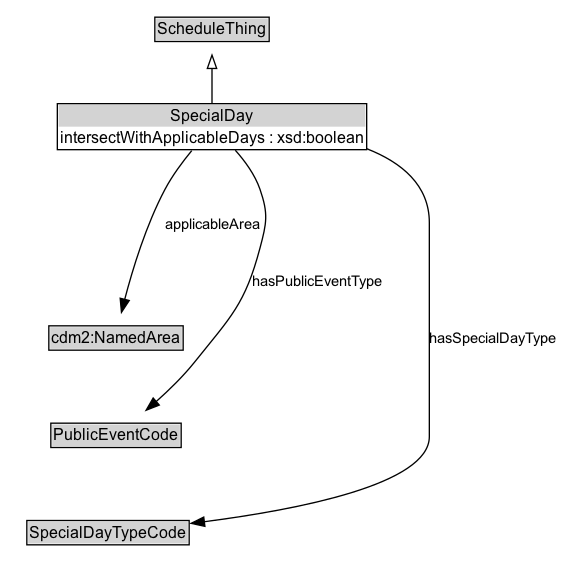
The Graphviz diagram docs/diagrams/SpecialDay.dot.png in k-vaughn/ontology-its-time, before a commit. Its source is kept beside it as docs/diagrams/SpecialDay.dot.
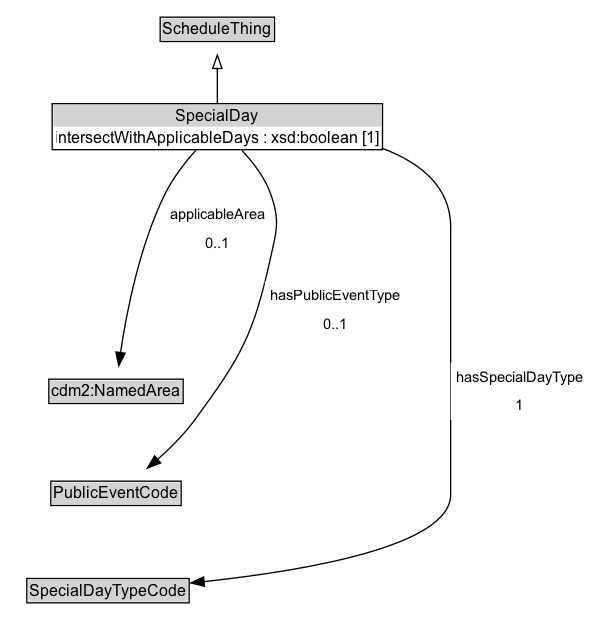
The same file after the commit.

What changed in the source:
```diff
@@ -6,7 +6,7 @@
 		rank=source
 		ScheduleThing [label=<<TABLE BORDER="1" CELLBORDER="0" CELLSPACING="0" CELLPADDING="1"><TR><TD BGCOLOR="lightgray" ALIGN="CENTER">ScheduleThing</TD></TR></TABLE>> URL="../ScheduleThing" margin=0]
 	}
-	SpecialDay [label=<<TABLE BORDER="1" CELLBORDER="0" CELLSPACING="0" CELLPADDING="1"><TR><TD BGCOLOR="lightgray" ALIGN="CENTER">SpecialDay</TD></TR><TR><TD ALIGN="LEFT">intersectWithApplicableDays : xsd:boolean</TD></TR></TABLE>> URL="../SpecialDay" margin=0]
+	SpecialDay [label=<<TABLE BORDER="1" CELLBORDER="0" CELLSPACING="0" CELLPADDING="1"><TR><TD BGCOLOR="lightgray" ALIGN="CENTER">SpecialDay</TD></TR><TR><TD ALIGN="LEFT">intersectWithApplicableDays : xsd:boolean [1]</TD></TR></TABLE>> URL="../SpecialDay" margin=0]
 	{
 		rank=max
 	}
@@ -23,9 +23,9 @@
 	cdm2_NamedArea -> PublicEventCode [style=invis]
 	PublicEventCode -> SpecialDayTypeCode [style=invis]
 	SpecialDayTypeCode [label=<<TABLE BORDER="1" CELLBORDER="0" CELLSPACING="0" CELLPADDING="1"><TR><TD BGCOLOR="lightgray" ALIGN="CENTER">SpecialDayTypeCode</TD></TR></TABLE>> URL="../SpecialDayTypeCode" margin=0]
-	SpecialDay -> SpecialDayTypeCode [label=hasSpecialDayType arrowhead=normal style=solid]
+	SpecialDay -> SpecialDayTypeCode [label=<<TABLE BORDER="0" CELLBORDER="0" CELLSPACING="0" CELLPADDING="4" BGCOLOR="white"><TR><TD ALIGN="CENTER">hasSpecialDayType</TD></TR><TR><TD ALIGN="CENTER">1</TD></TR></TABLE>> arrowhead=normal style=solid]
 	PublicEventCode [label=<<TABLE BORDER="1" CELLBORDER="0" CELLSPACING="0" CELLPADDING="1"><TR><TD BGCOLOR="lightgray" ALIGN="CENTER">PublicEventCode</TD></TR></TABLE>> URL="../PublicEventCode" margin=0]
-	SpecialDay -> PublicEventCode [label=hasPublicEventType arrowhead=normal style=solid]
+	SpecialDay -> PublicEventCode [label=<<TABLE BORDER="0" CELLBORDER="0" CELLSPACING="0" CELLPADDING="4" BGCOLOR="white"><TR><TD ALIGN="CENTER">hasPublicEventType</TD></TR><TR><TD ALIGN="CENTER">0..1</TD></TR></TABLE>> arrowhead=normal style=solid]
 	cdm2_NamedArea [label=<<TABLE BORDER="1" CELLBORDER="0" CELLSPACING="0" CELLPADDING="1"><TR><TD BGCOLOR="lightgray" ALIGN="CENTER">cdm2:NamedArea</TD></TR></TABLE>> URL="https://w3id.org/citydata/part2/v1/NamedArea" margin=0]
-	SpecialDay -> cdm2_NamedArea [label=applicableArea arrowhead=normal style=solid]
+	SpecialDay -> cdm2_NamedArea [label=<<TABLE BORDER="0" CELLBORDER="0" CELLSPACING="0" CELLPADDING="4" BGCOLOR="white"><TR><TD ALIGN="CENTER">applicableArea</TD></TR><TR><TD ALIGN="CENTER">0..1</TD></TR></TABLE>> arrowhead=normal style=solid]
 }
```
